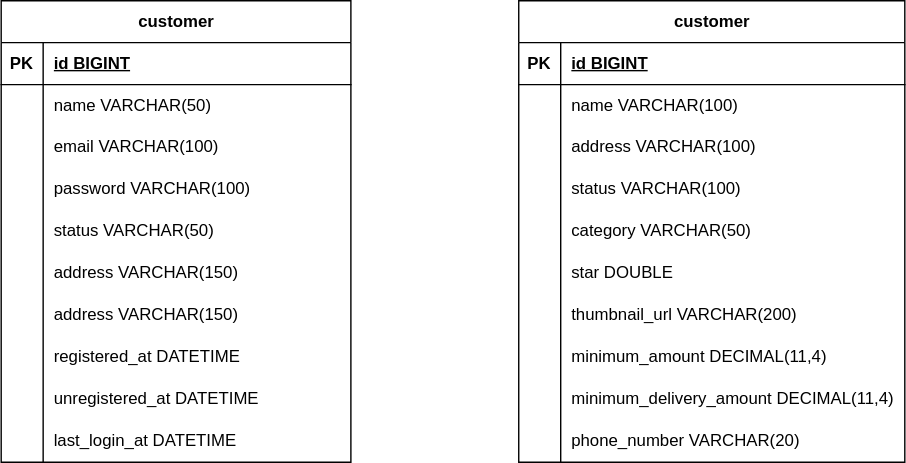
Above: delivery-service.svg in Inderby/delivery-service (draw.io), before the change. Source tidied: cells renumbered, new cells last; positions are measured from the earlier drawing's top-left corner, leaving out a move shared by most shapes. Its diagram source:
```xml
<mxGraphModel>
  <root>
    <mxCell id="0" />
    <mxCell id="1" parent="0" />
    <mxCell id="2" value="customer" style="shape=table;startSize=30;rowLines=0;fontStyle=1;align=center;html=1;" parent="1" vertex="1">
      <mxGeometry width="250" height="330" as="geometry" />
    </mxCell>
    <mxCell id="3" style="shape=tableRow;horizontal=0;startSize=0;swimlaneHead=0;swimlaneBody=0;fillColor=none;top=0;left=0;right=0;bottom=1;" parent="2" vertex="1">
      <mxGeometry y="30" width="250" height="30" as="geometry" />
    </mxCell>
    <mxCell id="4" value="PK" style="shape=partialRectangle;fillColor=none;top=0;left=0;bottom=0;right=0;fontStyle=1;overflow=hidden;whiteSpace=wrap;html=1;" parent="3" vertex="1">
      <mxGeometry width="30" height="30" as="geometry" />
    </mxCell>
    <mxCell id="5" value="id BIGINT" style="shape=partialRectangle;fillColor=none;top=0;left=0;bottom=0;right=0;align=left;spacingLeft=6;fontStyle=5;overflow=hidden;whiteSpace=wrap;html=1;" parent="3" vertex="1">
      <mxGeometry x="30" width="220" height="30" as="geometry" />
    </mxCell>
    <mxCell id="6" style="shape=tableRow;horizontal=0;startSize=0;swimlaneHead=0;swimlaneBody=0;fillColor=none;top=0;left=0;right=0;bottom=0;" parent="2" vertex="1">
      <mxGeometry y="60" width="250" height="30" as="geometry" />
    </mxCell>
    <mxCell id="7" style="shape=partialRectangle;fillColor=none;top=0;left=0;bottom=0;right=0;overflow=hidden;whiteSpace=wrap;html=1;" parent="6" vertex="1">
      <mxGeometry width="30" height="30" as="geometry" />
    </mxCell>
    <mxCell id="8" value="name VARCHAR(50)" style="shape=partialRectangle;fillColor=none;top=0;left=0;bottom=0;right=0;align=left;spacingLeft=6;overflow=hidden;whiteSpace=wrap;html=1;" parent="6" vertex="1">
      <mxGeometry x="30" width="220" height="30" as="geometry" />
    </mxCell>
    <mxCell id="9" style="shape=tableRow;horizontal=0;startSize=0;swimlaneHead=0;swimlaneBody=0;fillColor=none;top=0;left=0;right=0;bottom=0;" parent="2" vertex="1">
      <mxGeometry y="90" width="250" height="30" as="geometry" />
    </mxCell>
    <mxCell id="10" style="shape=partialRectangle;fillColor=none;top=0;left=0;bottom=0;right=0;overflow=hidden;whiteSpace=wrap;html=1;" parent="9" vertex="1">
      <mxGeometry width="30" height="30" as="geometry" />
    </mxCell>
    <mxCell id="11" value="email VARCHAR(100)" style="shape=partialRectangle;fillColor=none;top=0;left=0;bottom=0;right=0;align=left;spacingLeft=6;overflow=hidden;whiteSpace=wrap;html=1;" parent="9" vertex="1">
      <mxGeometry x="30" width="220" height="30" as="geometry" />
    </mxCell>
    <mxCell id="12" style="shape=tableRow;horizontal=0;startSize=0;swimlaneHead=0;swimlaneBody=0;fillColor=none;top=0;left=0;right=0;bottom=0;" parent="2" vertex="1">
      <mxGeometry y="120" width="250" height="30" as="geometry" />
    </mxCell>
    <mxCell id="13" style="shape=partialRectangle;fillColor=none;top=0;left=0;bottom=0;right=0;overflow=hidden;whiteSpace=wrap;html=1;" parent="12" vertex="1">
      <mxGeometry width="30" height="30" as="geometry" />
    </mxCell>
    <mxCell id="14" value="password VARCHAR(100)" style="shape=partialRectangle;fillColor=none;top=0;left=0;bottom=0;right=0;align=left;spacingLeft=6;overflow=hidden;whiteSpace=wrap;html=1;" parent="12" vertex="1">
      <mxGeometry x="30" width="220" height="30" as="geometry" />
    </mxCell>
    <mxCell id="15" style="shape=tableRow;horizontal=0;startSize=0;swimlaneHead=0;swimlaneBody=0;fillColor=none;top=0;left=0;right=0;bottom=0;" parent="2" vertex="1">
      <mxGeometry y="150" width="250" height="30" as="geometry" />
    </mxCell>
    <mxCell id="16" style="shape=partialRectangle;fillColor=none;top=0;left=0;bottom=0;right=0;overflow=hidden;whiteSpace=wrap;html=1;" parent="15" vertex="1">
      <mxGeometry width="30" height="30" as="geometry" />
    </mxCell>
    <mxCell id="17" value="status VARCHAR(50)" style="shape=partialRectangle;fillColor=none;top=0;left=0;bottom=0;right=0;align=left;spacingLeft=6;overflow=hidden;whiteSpace=wrap;html=1;" parent="15" vertex="1">
      <mxGeometry x="30" width="220" height="30" as="geometry" />
    </mxCell>
    <mxCell id="18" style="shape=tableRow;horizontal=0;startSize=0;swimlaneHead=0;swimlaneBody=0;fillColor=none;top=0;left=0;right=0;bottom=0;" parent="2" vertex="1">
      <mxGeometry y="180" width="250" height="30" as="geometry" />
    </mxCell>
    <mxCell id="19" style="shape=partialRectangle;fillColor=none;top=0;left=0;bottom=0;right=0;overflow=hidden;whiteSpace=wrap;html=1;" parent="18" vertex="1">
      <mxGeometry width="30" height="30" as="geometry" />
    </mxCell>
    <mxCell id="20" value="address VARCHAR(150)" style="shape=partialRectangle;fillColor=none;top=0;left=0;bottom=0;right=0;align=left;spacingLeft=6;overflow=hidden;whiteSpace=wrap;html=1;" parent="18" vertex="1">
      <mxGeometry x="30" width="220" height="30" as="geometry" />
    </mxCell>
    <mxCell id="21" style="shape=tableRow;horizontal=0;startSize=0;swimlaneHead=0;swimlaneBody=0;fillColor=none;top=0;left=0;right=0;bottom=0;" parent="2" vertex="1">
      <mxGeometry y="210" width="250" height="30" as="geometry" />
    </mxCell>
    <mxCell id="22" style="shape=partialRectangle;fillColor=none;top=0;left=0;bottom=0;right=0;overflow=hidden;whiteSpace=wrap;html=1;" parent="21" vertex="1">
      <mxGeometry width="30" height="30" as="geometry" />
    </mxCell>
    <mxCell id="23" value="address VARCHAR(150)" style="shape=partialRectangle;fillColor=none;top=0;left=0;bottom=0;right=0;align=left;spacingLeft=6;overflow=hidden;whiteSpace=wrap;html=1;" parent="21" vertex="1">
      <mxGeometry x="30" width="220" height="30" as="geometry" />
    </mxCell>
    <mxCell id="24" style="shape=tableRow;horizontal=0;startSize=0;swimlaneHead=0;swimlaneBody=0;fillColor=none;top=0;left=0;right=0;bottom=0;" parent="2" vertex="1">
      <mxGeometry y="240" width="250" height="30" as="geometry" />
    </mxCell>
    <mxCell id="25" style="shape=partialRectangle;fillColor=none;top=0;left=0;bottom=0;right=0;overflow=hidden;whiteSpace=wrap;html=1;" parent="24" vertex="1">
      <mxGeometry width="30" height="30" as="geometry" />
    </mxCell>
    <mxCell id="26" value="registered_at DATETIME" style="shape=partialRectangle;fillColor=none;top=0;left=0;bottom=0;right=0;align=left;spacingLeft=6;overflow=hidden;whiteSpace=wrap;html=1;" parent="24" vertex="1">
      <mxGeometry x="30" width="220" height="30" as="geometry" />
    </mxCell>
    <mxCell id="27" style="shape=tableRow;horizontal=0;startSize=0;swimlaneHead=0;swimlaneBody=0;fillColor=none;top=0;left=0;right=0;bottom=0;" parent="2" vertex="1">
      <mxGeometry y="270" width="250" height="30" as="geometry" />
    </mxCell>
    <mxCell id="28" style="shape=partialRectangle;fillColor=none;top=0;left=0;bottom=0;right=0;overflow=hidden;whiteSpace=wrap;html=1;" parent="27" vertex="1">
      <mxGeometry width="30" height="30" as="geometry" />
    </mxCell>
    <mxCell id="29" value="unregistered_at DATETIME" style="shape=partialRectangle;fillColor=none;top=0;left=0;bottom=0;right=0;align=left;spacingLeft=6;overflow=hidden;whiteSpace=wrap;html=1;" parent="27" vertex="1">
      <mxGeometry x="30" width="220" height="30" as="geometry" />
    </mxCell>
    <mxCell id="30" style="shape=tableRow;horizontal=0;startSize=0;swimlaneHead=0;swimlaneBody=0;fillColor=none;top=0;left=0;right=0;bottom=0;" parent="2" vertex="1">
      <mxGeometry y="300" width="250" height="30" as="geometry" />
    </mxCell>
    <mxCell id="31" style="shape=partialRectangle;fillColor=none;top=0;left=0;bottom=0;right=0;overflow=hidden;whiteSpace=wrap;html=1;" parent="30" vertex="1">
      <mxGeometry width="30" height="30" as="geometry" />
    </mxCell>
    <mxCell id="32" value="last_login_at DATETIME" style="shape=partialRectangle;fillColor=none;top=0;left=0;bottom=0;right=0;align=left;spacingLeft=6;overflow=hidden;whiteSpace=wrap;html=1;" parent="30" vertex="1">
      <mxGeometry x="30" width="220" height="30" as="geometry" />
    </mxCell>
    <mxCell id="33" value="customer" style="shape=table;startSize=30;rowLines=0;fontStyle=1;align=center;html=1;" parent="1" vertex="1">
      <mxGeometry x="370" width="276" height="330" as="geometry" />
    </mxCell>
    <mxCell id="34" style="shape=tableRow;horizontal=0;startSize=0;swimlaneHead=0;swimlaneBody=0;fillColor=none;top=0;left=0;right=0;bottom=1;" parent="33" vertex="1">
      <mxGeometry y="30" width="276" height="30" as="geometry" />
    </mxCell>
    <mxCell id="35" value="PK" style="shape=partialRectangle;fillColor=none;top=0;left=0;bottom=0;right=0;fontStyle=1;overflow=hidden;whiteSpace=wrap;html=1;" parent="34" vertex="1">
      <mxGeometry width="30" height="30" as="geometry" />
    </mxCell>
    <mxCell id="36" value="id BIGINT" style="shape=partialRectangle;fillColor=none;top=0;left=0;bottom=0;right=0;align=left;spacingLeft=6;fontStyle=5;overflow=hidden;whiteSpace=wrap;html=1;" parent="34" vertex="1">
      <mxGeometry x="30" width="246" height="30" as="geometry" />
    </mxCell>
    <mxCell id="37" style="shape=tableRow;horizontal=0;startSize=0;swimlaneHead=0;swimlaneBody=0;fillColor=none;top=0;left=0;right=0;bottom=0;" parent="33" vertex="1">
      <mxGeometry y="60" width="276" height="30" as="geometry" />
    </mxCell>
    <mxCell id="38" style="shape=partialRectangle;fillColor=none;top=0;left=0;bottom=0;right=0;overflow=hidden;whiteSpace=wrap;html=1;" parent="37" vertex="1">
      <mxGeometry width="30" height="30" as="geometry" />
    </mxCell>
    <mxCell id="39" value="name VARCHAR(100)" style="shape=partialRectangle;fillColor=none;top=0;left=0;bottom=0;right=0;align=left;spacingLeft=6;overflow=hidden;whiteSpace=wrap;html=1;" parent="37" vertex="1">
      <mxGeometry x="30" width="246" height="30" as="geometry" />
    </mxCell>
    <mxCell id="40" style="shape=tableRow;horizontal=0;startSize=0;swimlaneHead=0;swimlaneBody=0;fillColor=none;top=0;left=0;right=0;bottom=0;" parent="33" vertex="1">
      <mxGeometry y="90" width="276" height="30" as="geometry" />
    </mxCell>
    <mxCell id="41" style="shape=partialRectangle;fillColor=none;top=0;left=0;bottom=0;right=0;overflow=hidden;whiteSpace=wrap;html=1;" parent="40" vertex="1">
      <mxGeometry width="30" height="30" as="geometry" />
    </mxCell>
    <mxCell id="42" value="address VARCHAR(100)" style="shape=partialRectangle;fillColor=none;top=0;left=0;bottom=0;right=0;align=left;spacingLeft=6;overflow=hidden;whiteSpace=wrap;html=1;" parent="40" vertex="1">
      <mxGeometry x="30" width="246" height="30" as="geometry" />
    </mxCell>
    <mxCell id="43" style="shape=tableRow;horizontal=0;startSize=0;swimlaneHead=0;swimlaneBody=0;fillColor=none;top=0;left=0;right=0;bottom=0;" parent="33" vertex="1">
      <mxGeometry y="120" width="276" height="30" as="geometry" />
    </mxCell>
    <mxCell id="44" style="shape=partialRectangle;fillColor=none;top=0;left=0;bottom=0;right=0;overflow=hidden;whiteSpace=wrap;html=1;" parent="43" vertex="1">
      <mxGeometry width="30" height="30" as="geometry" />
    </mxCell>
    <mxCell id="45" value="status VARCHAR(100)" style="shape=partialRectangle;fillColor=none;top=0;left=0;bottom=0;right=0;align=left;spacingLeft=6;overflow=hidden;whiteSpace=wrap;html=1;" parent="43" vertex="1">
      <mxGeometry x="30" width="246" height="30" as="geometry" />
    </mxCell>
    <mxCell id="46" style="shape=tableRow;horizontal=0;startSize=0;swimlaneHead=0;swimlaneBody=0;fillColor=none;top=0;left=0;right=0;bottom=0;" parent="33" vertex="1">
      <mxGeometry y="150" width="276" height="30" as="geometry" />
    </mxCell>
    <mxCell id="47" style="shape=partialRectangle;fillColor=none;top=0;left=0;bottom=0;right=0;overflow=hidden;whiteSpace=wrap;html=1;" parent="46" vertex="1">
      <mxGeometry width="30" height="30" as="geometry" />
    </mxCell>
    <mxCell id="48" value="category VARCHAR(50)" style="shape=partialRectangle;fillColor=none;top=0;left=0;bottom=0;right=0;align=left;spacingLeft=6;overflow=hidden;whiteSpace=wrap;html=1;" parent="46" vertex="1">
      <mxGeometry x="30" width="246" height="30" as="geometry" />
    </mxCell>
    <mxCell id="49" style="shape=tableRow;horizontal=0;startSize=0;swimlaneHead=0;swimlaneBody=0;fillColor=none;top=0;left=0;right=0;bottom=0;" parent="33" vertex="1">
      <mxGeometry y="180" width="276" height="30" as="geometry" />
    </mxCell>
    <mxCell id="50" style="shape=partialRectangle;fillColor=none;top=0;left=0;bottom=0;right=0;overflow=hidden;whiteSpace=wrap;html=1;" parent="49" vertex="1">
      <mxGeometry width="30" height="30" as="geometry" />
    </mxCell>
    <mxCell id="51" value="star DOUBLE" style="shape=partialRectangle;fillColor=none;top=0;left=0;bottom=0;right=0;align=left;spacingLeft=6;overflow=hidden;whiteSpace=wrap;html=1;" parent="49" vertex="1">
      <mxGeometry x="30" width="246" height="30" as="geometry" />
    </mxCell>
    <mxCell id="52" style="shape=tableRow;horizontal=0;startSize=0;swimlaneHead=0;swimlaneBody=0;fillColor=none;top=0;left=0;right=0;bottom=0;" parent="33" vertex="1">
      <mxGeometry y="210" width="276" height="30" as="geometry" />
    </mxCell>
    <mxCell id="53" style="shape=partialRectangle;fillColor=none;top=0;left=0;bottom=0;right=0;overflow=hidden;whiteSpace=wrap;html=1;" parent="52" vertex="1">
      <mxGeometry width="30" height="30" as="geometry" />
    </mxCell>
    <mxCell id="54" value="thumbnail_url VARCHAR(200)" style="shape=partialRectangle;fillColor=none;top=0;left=0;bottom=0;right=0;align=left;spacingLeft=6;overflow=hidden;whiteSpace=wrap;html=1;" parent="52" vertex="1">
      <mxGeometry x="30" width="246" height="30" as="geometry" />
    </mxCell>
    <mxCell id="55" style="shape=tableRow;horizontal=0;startSize=0;swimlaneHead=0;swimlaneBody=0;fillColor=none;top=0;left=0;right=0;bottom=0;" parent="33" vertex="1">
      <mxGeometry y="240" width="276" height="30" as="geometry" />
    </mxCell>
    <mxCell id="56" style="shape=partialRectangle;fillColor=none;top=0;left=0;bottom=0;right=0;overflow=hidden;whiteSpace=wrap;html=1;" parent="55" vertex="1">
      <mxGeometry width="30" height="30" as="geometry" />
    </mxCell>
    <mxCell id="57" value="minimum_amount DECIMAL(11,4)" style="shape=partialRectangle;fillColor=none;top=0;left=0;bottom=0;right=0;align=left;spacingLeft=6;overflow=hidden;whiteSpace=wrap;html=1;" parent="55" vertex="1">
      <mxGeometry x="30" width="246" height="30" as="geometry" />
    </mxCell>
    <mxCell id="58" style="shape=tableRow;horizontal=0;startSize=0;swimlaneHead=0;swimlaneBody=0;fillColor=none;top=0;left=0;right=0;bottom=0;" parent="33" vertex="1">
      <mxGeometry y="270" width="276" height="30" as="geometry" />
    </mxCell>
    <mxCell id="59" style="shape=partialRectangle;fillColor=none;top=0;left=0;bottom=0;right=0;overflow=hidden;whiteSpace=wrap;html=1;" parent="58" vertex="1">
      <mxGeometry width="30" height="30" as="geometry" />
    </mxCell>
    <mxCell id="60" value="minimum_delivery_&lt;span style=&quot;background-color: initial;&quot;&gt;amount DECIMAL(11,4)&lt;/span&gt;" style="shape=partialRectangle;fillColor=none;top=0;left=0;bottom=0;right=0;align=left;spacingLeft=6;overflow=hidden;whiteSpace=wrap;html=1;" parent="58" vertex="1">
      <mxGeometry x="30" width="246" height="30" as="geometry" />
    </mxCell>
    <mxCell id="61" style="shape=tableRow;horizontal=0;startSize=0;swimlaneHead=0;swimlaneBody=0;fillColor=none;top=0;left=0;right=0;bottom=0;" parent="33" vertex="1">
      <mxGeometry y="300" width="276" height="30" as="geometry" />
    </mxCell>
    <mxCell id="62" style="shape=partialRectangle;fillColor=none;top=0;left=0;bottom=0;right=0;overflow=hidden;whiteSpace=wrap;html=1;" parent="61" vertex="1">
      <mxGeometry width="30" height="30" as="geometry" />
    </mxCell>
    <mxCell id="63" value="phone_number VARCHAR(20)" style="shape=partialRectangle;fillColor=none;top=0;left=0;bottom=0;right=0;align=left;spacingLeft=6;overflow=hidden;whiteSpace=wrap;html=1;" parent="61" vertex="1">
      <mxGeometry x="30" width="246" height="30" as="geometry" />
    </mxCell>
  </root>
</mxGraphModel>
```
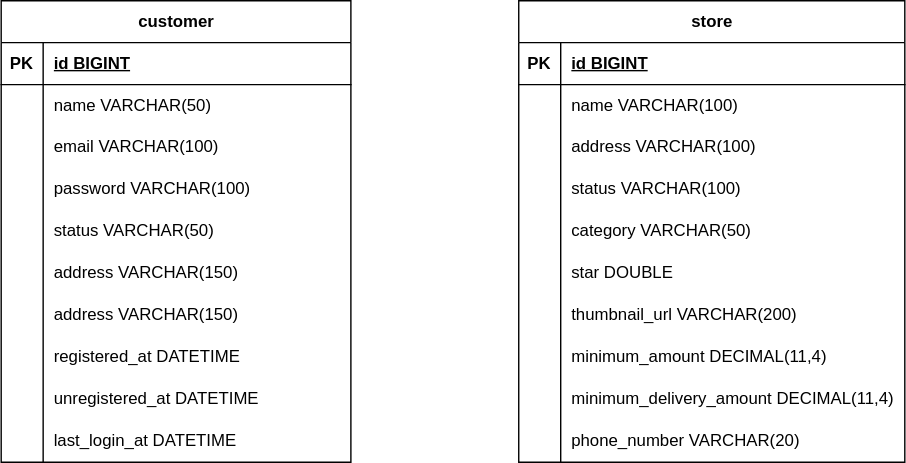
The same diagram one commit later.

The edit, as a diff of the source:
```diff
@@ -95,7 +95,7 @@
     <mxCell id="32" value="last_login_at DATETIME" style="shape=partialRectangle;fillColor=none;top=0;left=0;bottom=0;right=0;align=left;spacingLeft=6;overflow=hidden;whiteSpace=wrap;html=1;" parent="30" vertex="1">
       <mxGeometry x="30" width="220" height="30" as="geometry" />
     </mxCell>
-    <mxCell id="33" value="customer" style="shape=table;startSize=30;rowLines=0;fontStyle=1;align=center;html=1;" parent="1" vertex="1">
+    <mxCell id="33" value="store" style="shape=table;startSize=30;rowLines=0;fontStyle=1;align=center;html=1;" parent="1" vertex="1">
       <mxGeometry x="370" width="276" height="330" as="geometry" />
     </mxCell>
     <mxCell id="34" style="shape=tableRow;horizontal=0;startSize=0;swimlaneHead=0;swimlaneBody=0;fillColor=none;top=0;left=0;right=0;bottom=1;" parent="33" vertex="1">
```
